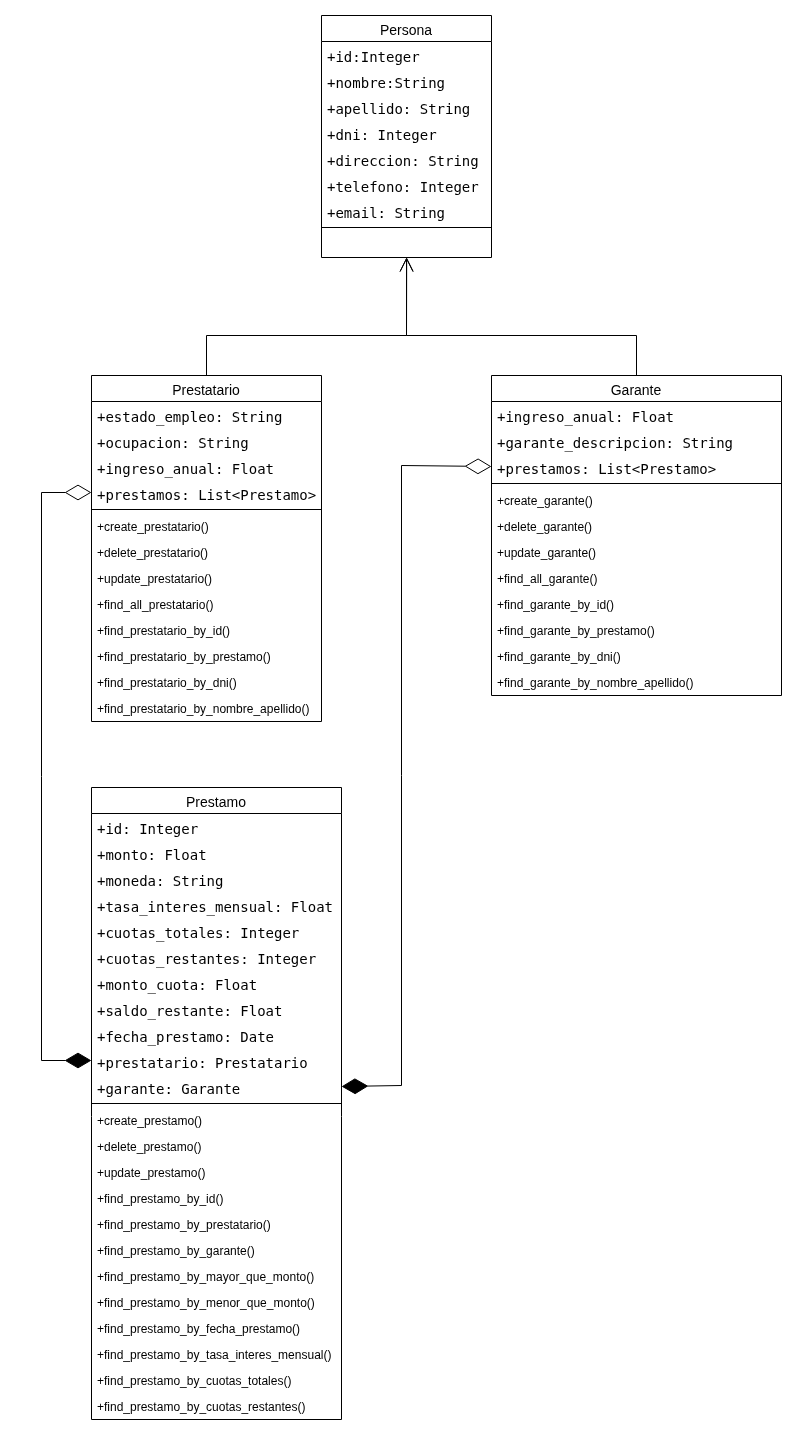
Earlier version of the draw.io export documentacion/diagrama_de_clases.drawio.png (HuguitoEstudia/DesarrolloWebProyecto2doCuatrimestre). Source tidied: cells renumbered, new cells last; positions are measured from the earlier drawing's top-left corner, leaving out a move shared by most shapes.
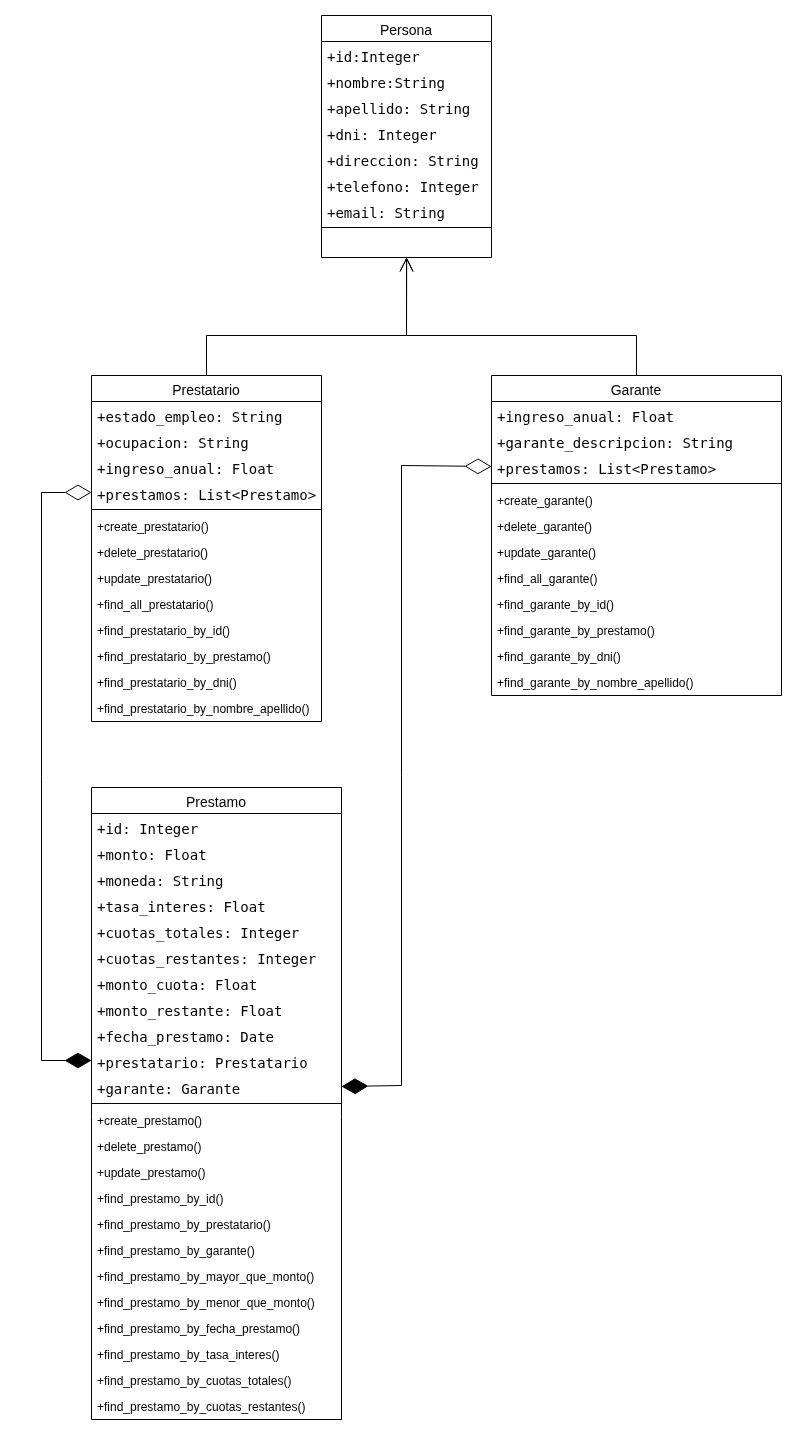
After the commit.

What changed in the source:
```diff
@@ -125,7 +125,7 @@
     <mxCell id="42" value="&lt;div style=&quot;font-family: &amp;quot;Droid Sans Mono&amp;quot;, &amp;quot;monospace&amp;quot;, monospace; font-size: 14px; line-height: 19px; white-space: pre;&quot;&gt;&lt;span&gt;&lt;font style=&quot;color: light-dark(rgb(0, 0, 0), rgb(255, 255, 255));&quot;&gt;+moneda: String&lt;/font&gt;&lt;/span&gt;&lt;/div&gt;" style="text;strokeColor=none;fillColor=none;align=left;verticalAlign=top;spacingLeft=4;spacingRight=4;overflow=hidden;whiteSpace=wrap;html=1;" parent="39" vertex="1">
       <mxGeometry y="78" width="250" height="26" as="geometry" />
     </mxCell>
-    <mxCell id="43" value="&lt;div style=&quot;font-family: &amp;quot;Droid Sans Mono&amp;quot;, &amp;quot;monospace&amp;quot;, monospace; font-size: 14px; line-height: 19px; white-space: pre;&quot;&gt;&lt;span&gt;&lt;font style=&quot;color: light-dark(rgb(0, 0, 0), rgb(255, 255, 255));&quot;&gt;+tasa_interes_mensual: Float&lt;/font&gt;&lt;/span&gt;&lt;/div&gt;" style="text;strokeColor=none;fillColor=none;align=left;verticalAlign=top;spacingLeft=4;spacingRight=4;overflow=hidden;whiteSpace=wrap;html=1;" parent="39" vertex="1">
+    <mxCell id="43" value="&lt;div style=&quot;font-family: &amp;quot;Droid Sans Mono&amp;quot;, &amp;quot;monospace&amp;quot;, monospace; font-size: 14px; line-height: 19px; white-space: pre;&quot;&gt;&lt;span&gt;&lt;font style=&quot;color: light-dark(rgb(0, 0, 0), rgb(255, 255, 255));&quot;&gt;+tasa_interes: Float&lt;/font&gt;&lt;/span&gt;&lt;/div&gt;" style="text;strokeColor=none;fillColor=none;align=left;verticalAlign=top;spacingLeft=4;spacingRight=4;overflow=hidden;whiteSpace=wrap;html=1;" parent="39" vertex="1">
       <mxGeometry y="104" width="250" height="26" as="geometry" />
     </mxCell>
     <mxCell id="44" value="&lt;div style=&quot;font-family: &amp;quot;Droid Sans Mono&amp;quot;, &amp;quot;monospace&amp;quot;, monospace; font-size: 14px; line-height: 19px; white-space: pre;&quot;&gt;&lt;span&gt;&lt;font style=&quot;color: light-dark(rgb(0, 0, 0), rgb(255, 255, 255));&quot;&gt;+cuotas_totales: Integer&lt;/font&gt;&lt;/span&gt;&lt;/div&gt;" style="text;strokeColor=none;fillColor=none;align=left;verticalAlign=top;spacingLeft=4;spacingRight=4;overflow=hidden;whiteSpace=wrap;html=1;" parent="39" vertex="1">
@@ -137,7 +137,7 @@
     <mxCell id="46" value="&lt;div style=&quot;font-family: &amp;quot;Droid Sans Mono&amp;quot;, &amp;quot;monospace&amp;quot;, monospace; font-size: 14px; line-height: 19px; white-space: pre;&quot;&gt;&lt;span&gt;&lt;font style=&quot;color: light-dark(rgb(0, 0, 0), rgb(255, 255, 255));&quot;&gt;+monto_cuota: Float&lt;/font&gt;&lt;/span&gt;&lt;/div&gt;" style="text;strokeColor=none;fillColor=none;align=left;verticalAlign=top;spacingLeft=4;spacingRight=4;overflow=hidden;whiteSpace=wrap;html=1;" parent="39" vertex="1">
       <mxGeometry y="182" width="250" height="26" as="geometry" />
     </mxCell>
-    <mxCell id="47" value="&lt;div style=&quot;font-family: &amp;quot;Droid Sans Mono&amp;quot;, &amp;quot;monospace&amp;quot;, monospace; font-size: 14px; line-height: 19px; white-space: pre;&quot;&gt;&lt;span&gt;&lt;font style=&quot;color: light-dark(rgb(0, 0, 0), rgb(255, 255, 255));&quot;&gt;+saldo_restante: Float&lt;/font&gt;&lt;/span&gt;&lt;/div&gt;" style="text;strokeColor=none;fillColor=none;align=left;verticalAlign=top;spacingLeft=4;spacingRight=4;overflow=hidden;whiteSpace=wrap;html=1;" parent="39" vertex="1">
+    <mxCell id="47" value="&lt;div style=&quot;font-family: &amp;quot;Droid Sans Mono&amp;quot;, &amp;quot;monospace&amp;quot;, monospace; font-size: 14px; line-height: 19px; white-space: pre;&quot;&gt;&lt;span&gt;&lt;font style=&quot;color: light-dark(rgb(0, 0, 0), rgb(255, 255, 255));&quot;&gt;+monto_restante: Float&lt;/font&gt;&lt;/span&gt;&lt;/div&gt;" style="text;strokeColor=none;fillColor=none;align=left;verticalAlign=top;spacingLeft=4;spacingRight=4;overflow=hidden;whiteSpace=wrap;html=1;" parent="39" vertex="1">
       <mxGeometry y="208" width="250" height="26" as="geometry" />
     </mxCell>
     <mxCell id="48" value="&lt;div style=&quot;font-family: &amp;quot;Droid Sans Mono&amp;quot;, &amp;quot;monospace&amp;quot;, monospace; font-size: 14px; line-height: 19px; white-space: pre;&quot;&gt;&lt;span&gt;&lt;font style=&quot;color: light-dark(rgb(0, 0, 0), rgb(255, 255, 255));&quot;&gt;+fecha_prestamo: Date&lt;/font&gt;&lt;/span&gt;&lt;/div&gt;" style="text;strokeColor=none;fillColor=none;align=left;verticalAlign=top;spacingLeft=4;spacingRight=4;overflow=hidden;whiteSpace=wrap;html=1;" parent="39" vertex="1">
@@ -179,7 +179,7 @@
     <mxCell id="60" value="+find_prestamo_by_fecha_prestamo()" style="text;strokeColor=none;fillColor=none;align=left;verticalAlign=top;spacingLeft=4;spacingRight=4;overflow=hidden;whiteSpace=wrap;html=1;" parent="39" vertex="1">
       <mxGeometry y="528" width="250" height="26" as="geometry" />
     </mxCell>
-    <mxCell id="61" value="+find_prestamo_by_tasa_interes_mensual()" style="text;strokeColor=none;fillColor=none;align=left;verticalAlign=top;spacingLeft=4;spacingRight=4;overflow=hidden;whiteSpace=wrap;html=1;" parent="39" vertex="1">
+    <mxCell id="61" value="+find_prestamo_by_tasa_interes()" style="text;strokeColor=none;fillColor=none;align=left;verticalAlign=top;spacingLeft=4;spacingRight=4;overflow=hidden;whiteSpace=wrap;html=1;" parent="39" vertex="1">
       <mxGeometry y="554" width="250" height="26" as="geometry" />
     </mxCell>
     <mxCell id="62" value="+find_prestamo_by_cuotas_totales()" style="text;strokeColor=none;fillColor=none;align=left;verticalAlign=top;spacingLeft=4;spacingRight=4;overflow=hidden;whiteSpace=wrap;html=1;" parent="39" vertex="1">
```
